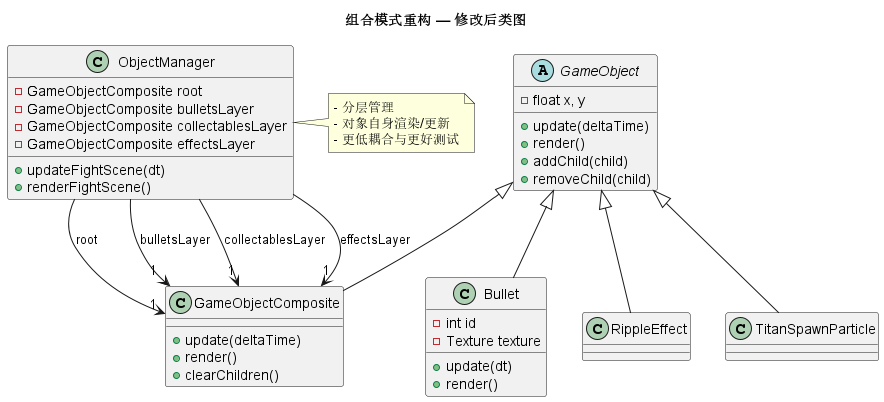
Before: img/composite_pattern/after_composite.png, a diagram exported from PlantUML (ReisenCW/java-undertale). Its diagram source:
```plantuml
@startuml
title 组合模式重构 — 修改后类图

abstract class GameObject {
  - float x, y
  + update(deltaTime)
  + render()
  + addChild(child)
  + removeChild(child)
}

class GameObjectComposite {
  + update(deltaTime)
  + render()
  + clearChildren()
}

class Bullet {
  - int id
  - Texture texture
  + update(dt)
  + render()
}

class RippleEffect
class TitanSpawnParticle

class ObjectManager {
  - GameObjectComposite root
  - GameObjectComposite bulletsLayer
  - GameObjectComposite collectablesLayer
  - GameObjectComposite effectsLayer
  + updateFightScene(dt)
  + renderFightScene()
}

GameObject <|-- GameObjectComposite
GameObject <|-- Bullet
GameObject <|-- RippleEffect
GameObject <|-- TitanSpawnParticle

ObjectManager --> "1" GameObjectComposite : root
ObjectManager --> "1" GameObjectComposite : bulletsLayer
ObjectManager --> "1" GameObjectComposite : collectablesLayer
ObjectManager --> "1" GameObjectComposite : effectsLayer

note right of ObjectManager
  - 分层管理
  - 对象自身渲染/更新
  - 更低耦合与更好测试
end note

@enduml
```
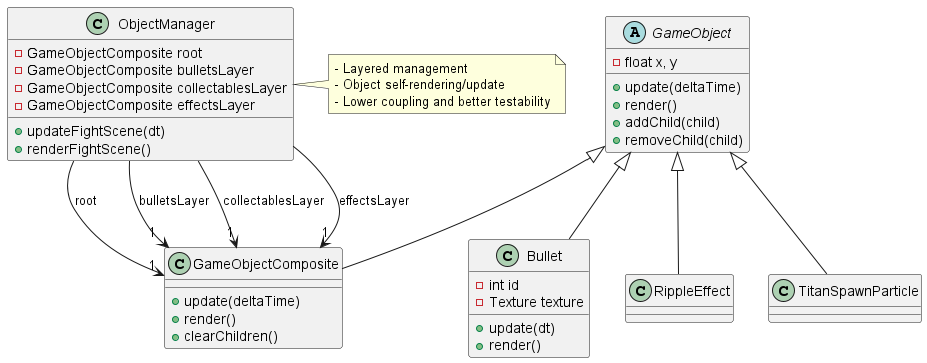
After the change.

What changed in the source:
```diff
@@ -1,5 +1,4 @@
 @startuml
-title 组合模式重构 — 修改后类图
 
 abstract class GameObject {
   - float x, y
@@ -45,9 +44,9 @@
 ObjectManager --> "1" GameObjectComposite : effectsLayer
 
 note right of ObjectManager
-  - 分层管理
-  - 对象自身渲染/更新
-  - 更低耦合与更好测试
+  - Layered management
+  - Object self-rendering/update
+  - Lower coupling and better testability
 end note
 
 @enduml
```
